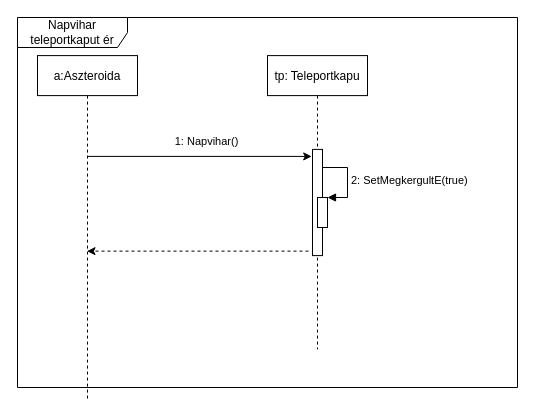
Earlier version of the draw.io diagram doc/szekvencia/7het_szek_NaviharTeleportkapu.drawio (torpeBoiGo/aszteroidabanyaszat). Source tidied: cells renumbered, new cells numbered last; positions are measured from the earlier drawing's top-left corner, leaving out a move shared by most shapes. Both pictures are drawn from the tidied source at 100%, with x=0, y=0 at pixel (17, 17).
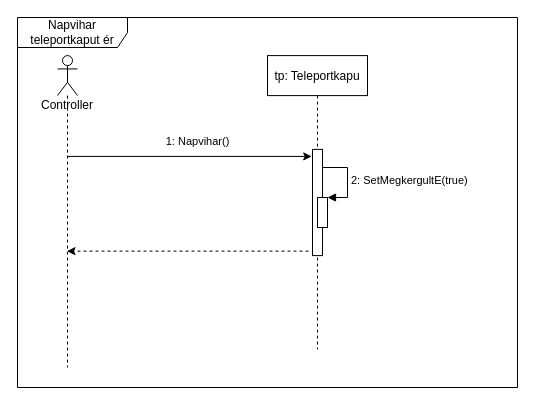
After the change.

Change to the diagram source:
```diff
@@
 <mxGraphModel>
   <root>
     <mxCell id="0" />
     <mxCell id="1" parent="0" />
     <mxCell id="2" value="Napvihar teleportkaput ér" style="shape=umlFrame;whiteSpace=wrap;html=1;width=110;height=30;" parent="1" vertex="1">
       <mxGeometry width="500" height="370" as="geometry" />
     </mxCell>
-    <mxCell id="3" value="a:Aszteroida" style="shape=umlLifeline;perimeter=lifelinePerimeter;rounded=0;shadow=0;strokeWidth=1;" parent="1" vertex="1">
-      <mxGeometry x="20" y="38.1" width="100" height="343.8" as="geometry" />
-    </mxCell>
     <mxCell id="4" value="tp: Teleportkapu" style="shape=umlLifeline;perimeter=lifelinePerimeter;rounded=0;shadow=0;strokeWidth=1;" parent="1" vertex="1">
       <mxGeometry x="250" y="38.1" width="100" height="293.8" as="geometry" />
     </mxCell>
     <mxCell id="5" style="points=[];perimeter=orthogonalPerimeter;rounded=0;shadow=0;strokeWidth=1;" parent="4" vertex="1">
       <mxGeometry x="45" y="93.8" width="10" height="106.2" as="geometry" />
     </mxCell>
-    <mxCell id="6" value="&lt;span style=&quot;color: rgb(0 , 0 , 0) ; font-family: &amp;#34;helvetica&amp;#34; ; font-size: 11px ; font-style: normal ; font-weight: 400 ; letter-spacing: normal ; text-align: center ; text-indent: 0px ; text-transform: none ; word-spacing: 0px ; background-color: rgb(255 , 255 , 255) ; display: inline ; float: none&quot;&gt;1: Napvihar()&lt;/span&gt;" style="endArrow=classic;html=1;entryX=-0.08;entryY=0.066;entryDx=0;entryDy=0;entryPerimeter=0;" parent="1" edge="1" source="3" target="5">
+    <mxCell id="6" value="&lt;span style=&quot;color: rgb(0 , 0 , 0) ; font-family: &amp;#34;helvetica&amp;#34; ; font-size: 11px ; font-style: normal ; font-weight: 400 ; letter-spacing: normal ; text-align: center ; text-indent: 0px ; text-transform: none ; word-spacing: 0px ; background-color: rgb(255 , 255 , 255) ; display: inline ; float: none&quot;&gt;1: Napvihar()&lt;/span&gt;" style="endArrow=classic;html=1;entryX=-0.08;entryY=0.066;entryDx=0;entryDy=0;entryPerimeter=0;" parent="1" edge="1" source="10" target="5">
       <mxGeometry x="0.06" y="15" relative="1" as="geometry" />
     </mxCell>
-    <mxCell id="7" style="endArrow=classic;html=1;dashed=1;exitX=-0.4;exitY=0.958;exitDx=0;exitDy=0;exitPerimeter=0;" parent="1" edge="1" source="5" target="3">
+    <mxCell id="7" style="endArrow=classic;html=1;dashed=1;exitX=-0.4;exitY=0.958;exitDx=0;exitDy=0;exitPerimeter=0;" parent="1" edge="1" source="5" target="10">
       <mxGeometry relative="1" as="geometry" />
     </mxCell>
     <mxCell id="8" style="html=1;points=[];perimeter=orthogonalPerimeter;" parent="1" vertex="1">
       <mxGeometry x="300" y="180" width="10" height="30" as="geometry" />
     </mxCell>
     <mxCell id="9" value="2: SetMegkergultE(true)" style="edgeStyle=orthogonalEdgeStyle;html=1;align=left;spacingLeft=2;endArrow=block;rounded=0;entryX=1;entryY=0;" parent="1" edge="1" source="5" target="8">
       <mxGeometry relative="1" as="geometry">
         <Array as="points">
           <mxPoint x="330" y="150" />
           <mxPoint x="330" y="180" />
         </Array>
       </mxGeometry>
     </mxCell>
+    <mxCell id="10" value="Controller" style="shape=umlLifeline;participant=umlActor;perimeter=lifelinePerimeter;whiteSpace=wrap;html=1;verticalAlign=top;spacingTop=36;outlineConnect=0;" parent="1" vertex="1">
+      <mxGeometry x="40" y="38.1" width="20" height="311.9" as="geometry" />
+    </mxCell>
   </root>
 </mxGraphModel>
```
